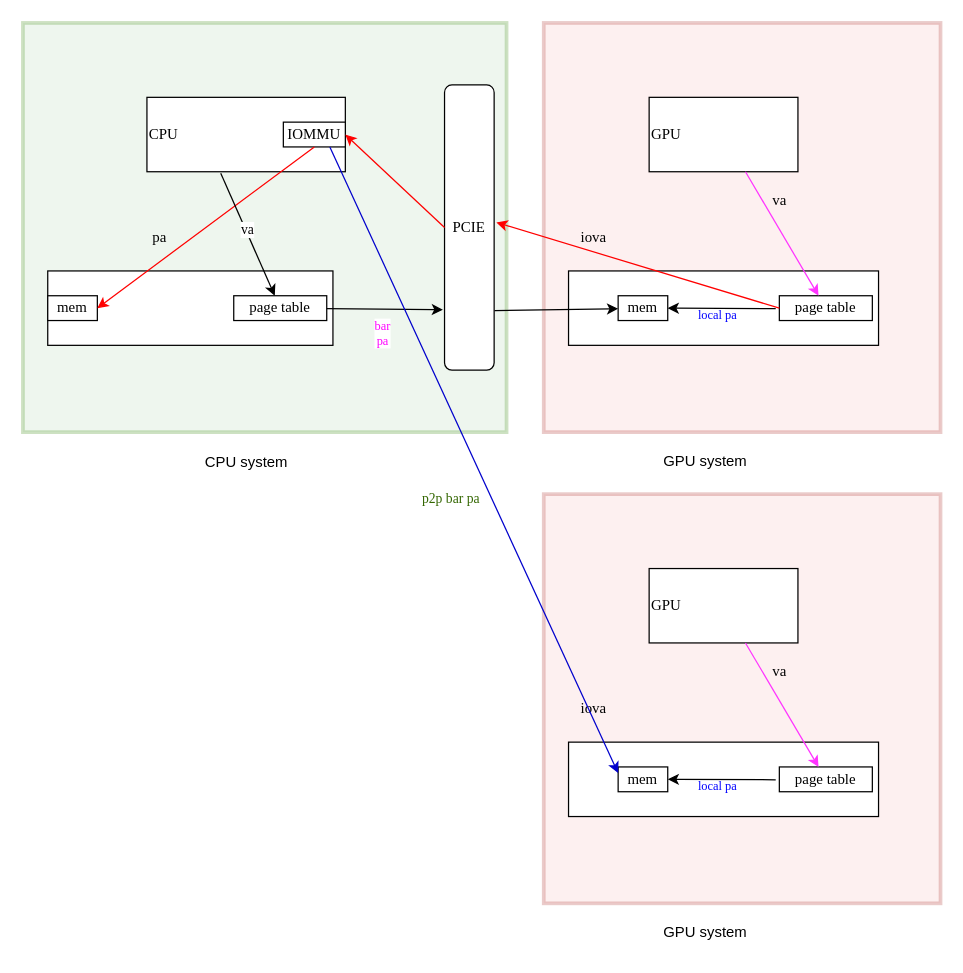
andyzhanged/for_draw_io keeps this draw.io diagram as GPU-uva.drawio. Above is the earlier version. Source tidied: cells renumbered, new cells numbered last; positions are measured from the earlier drawing's top-left corner, leaving out a move shared by most shapes. Both pictures are drawn from the tidied source at 124%, with x=0, y=0 at pixel (22, 22).
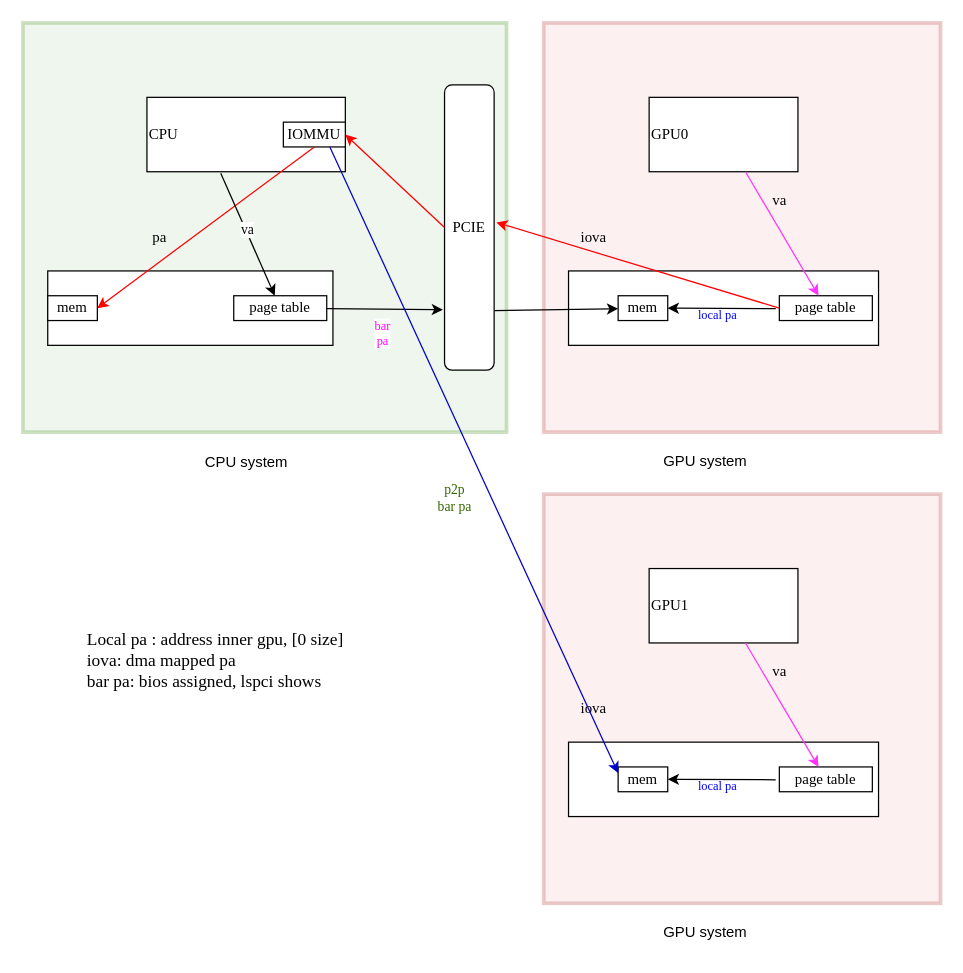
The same page after the edit.

Commit message:
add iova pa , bar pa comment

What changed in the source:
```diff
@@
-    <mxCell id="5" value="&lt;div align=&quot;left&quot;&gt;GPU&lt;/div&gt;" style="rounded=0;whiteSpace=wrap;html=1;align=left;fontFamily=Times New Roman;" parent="1" vertex="1">
+    <mxCell id="5" value="&lt;div align=&quot;left&quot;&gt;GPU0&lt;/div&gt;" style="rounded=0;whiteSpace=wrap;html=1;align=left;fontFamily=Times New Roman;" parent="1" vertex="1">
       <mxGeometry x="505" y="60" width="120" height="60" as="geometry" />
     </mxCell>
@@
-    <mxCell id="31" value="&lt;div align=&quot;left&quot;&gt;GPU&lt;/div&gt;" style="rounded=0;whiteSpace=wrap;html=1;align=left;fontFamily=Times New Roman;" parent="1" vertex="1">
+    <mxCell id="31" value="&lt;div align=&quot;left&quot;&gt;GPU1&lt;/div&gt;" style="rounded=0;whiteSpace=wrap;html=1;align=left;fontFamily=Times New Roman;" parent="1" vertex="1">
       <mxGeometry x="505" y="440" width="120" height="60" as="geometry" />
     </mxCell>
@@
-    <mxCell id="42" value="&lt;font color=&quot;#336600&quot;&gt;p2p bar pa&lt;/font&gt;" style="text;html=1;align=center;verticalAlign=middle;strokeColor=none;fillColor=none;fontFamily=Times New Roman;fontSize=11;" parent="1" vertex="1">
-      <mxGeometry x="310" y="369" width="70" height="30" as="geometry" />
+    <mxCell id="42" value="&lt;font color=&quot;#336600&quot;&gt;p2p &lt;br&gt;bar pa&lt;/font&gt;" style="text;html=1;align=center;verticalAlign=middle;strokeColor=none;fillColor=none;fontFamily=Times New Roman;fontSize=11;" parent="1" vertex="1">
+      <mxGeometry x="325" y="364" width="45" height="38" as="geometry" />
     </mxCell>
+    <mxCell id="43" value="Local pa : address inner gpu, [0 size]&lt;br style=&quot;font-size: 14px;&quot;&gt;iova: dma mapped pa&lt;br style=&quot;font-size: 14px;&quot;&gt;&lt;div style=&quot;font-size: 14px;&quot;&gt;bar pa: bios assigned, lspci shows&lt;/div&gt;&lt;div style=&quot;font-size: 14px;&quot;&gt;&lt;br style=&quot;font-size: 14px;&quot;&gt;&lt;/div&gt;" style="text;html=1;align=left;verticalAlign=middle;strokeColor=none;fillColor=none;fontFamily=Times New Roman;fontSize=14;" parent="1" vertex="1">
+      <mxGeometry x="50" y="483" width="230" height="80" as="geometry" />
+    </mxCell>
```
